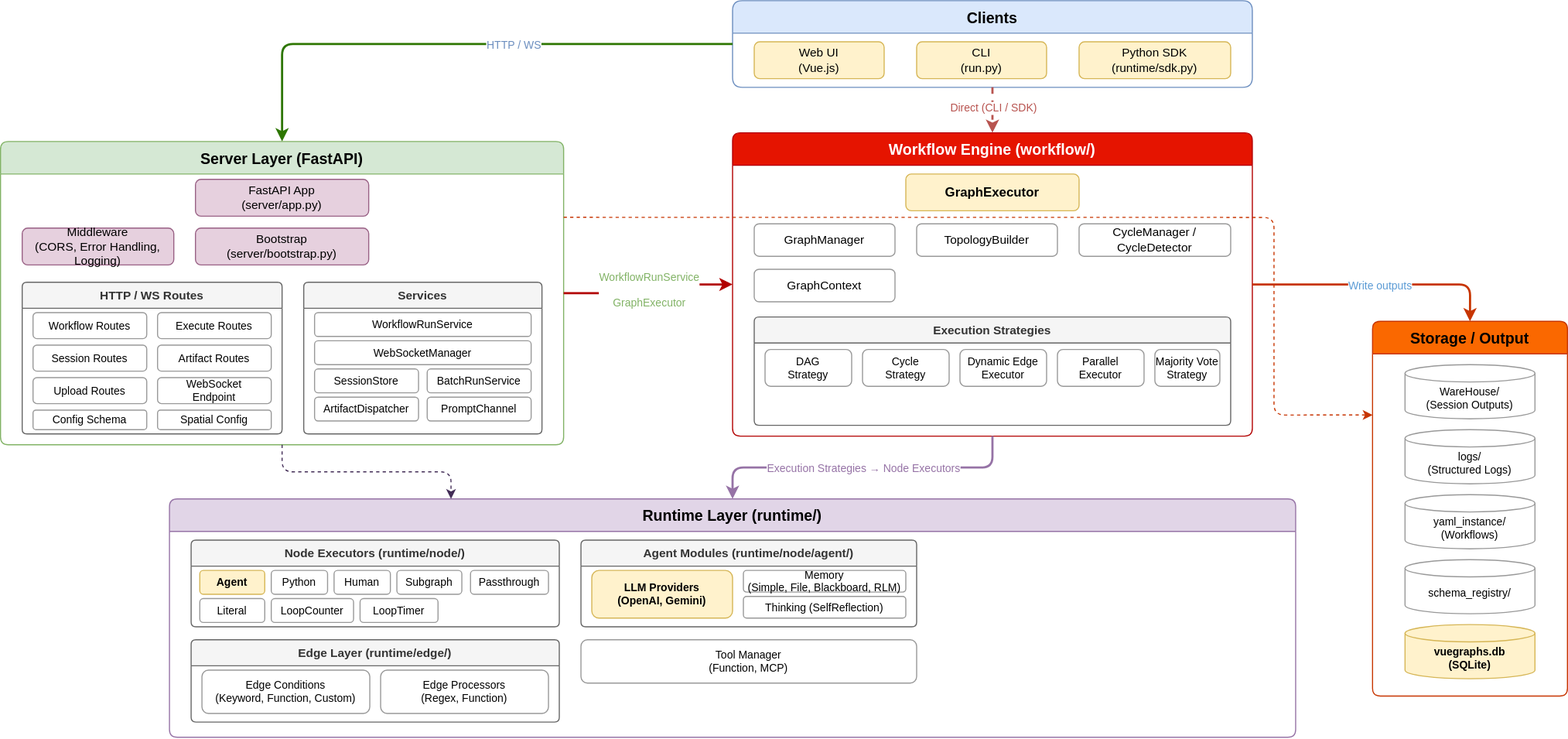
Above: docs/diagrams/Multi-agent-Sim.drawio.svg in LaansDole/multi-agent-simulation (draw.io), before the change. Source tidied: cells renumbered, new cells last; positions are measured from the earlier drawing's top-left corner, leaving out a move shared by most shapes.
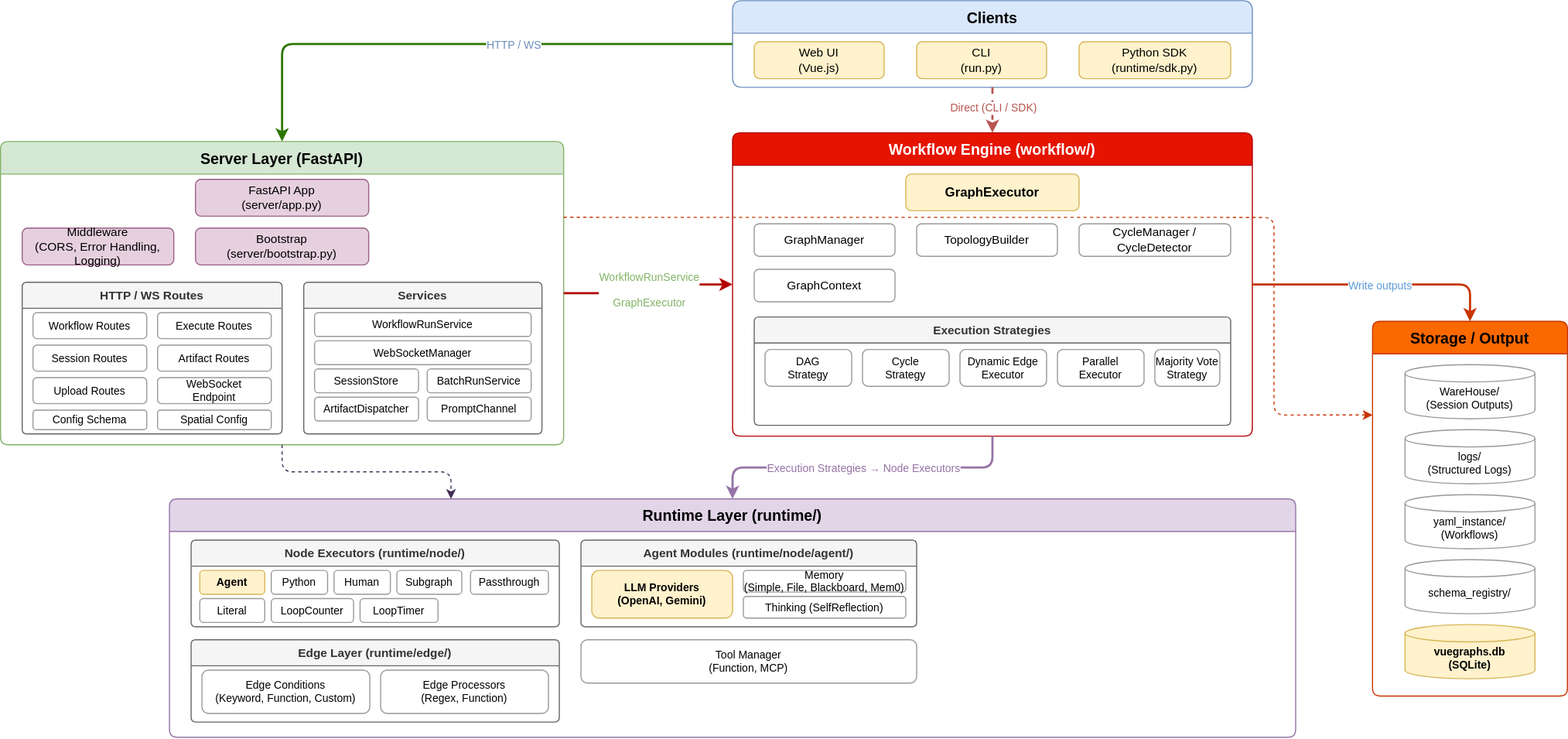
Above is the later version.

Diff of the diagram source:
```diff
@@ -146,7 +146,7 @@
     <mxCell id="49" value="LLM Providers&#10;(OpenAI, Gemini)" style="rounded=1;whiteSpace=wrap;html=1;fillColor=#fff2cc;strokeColor=#d6b656;fontSize=10;fontStyle=1;" parent="48" vertex="1">
       <mxGeometry x="10" y="28" width="130" height="44" as="geometry" />
     </mxCell>
-    <mxCell id="50" value="Memory&#10;(Simple, File, Blackboard, RLM)" style="rounded=1;whiteSpace=wrap;html=1;fillColor=#ffffff;strokeColor=#999999;fontSize=10;" parent="48" vertex="1">
+    <mxCell id="50" value="Memory&#10;(Simple, File, Blackboard, Mem0)" style="rounded=1;whiteSpace=wrap;html=1;fillColor=#ffffff;strokeColor=#999999;fontSize=10;" parent="48" vertex="1">
       <mxGeometry x="150" y="28" width="150" height="20" as="geometry" />
     </mxCell>
     <mxCell id="51" value="Thinking (SelfReflection)" style="rounded=1;whiteSpace=wrap;html=1;fillColor=#ffffff;strokeColor=#999999;fontSize=10;" parent="48" vertex="1">
```
